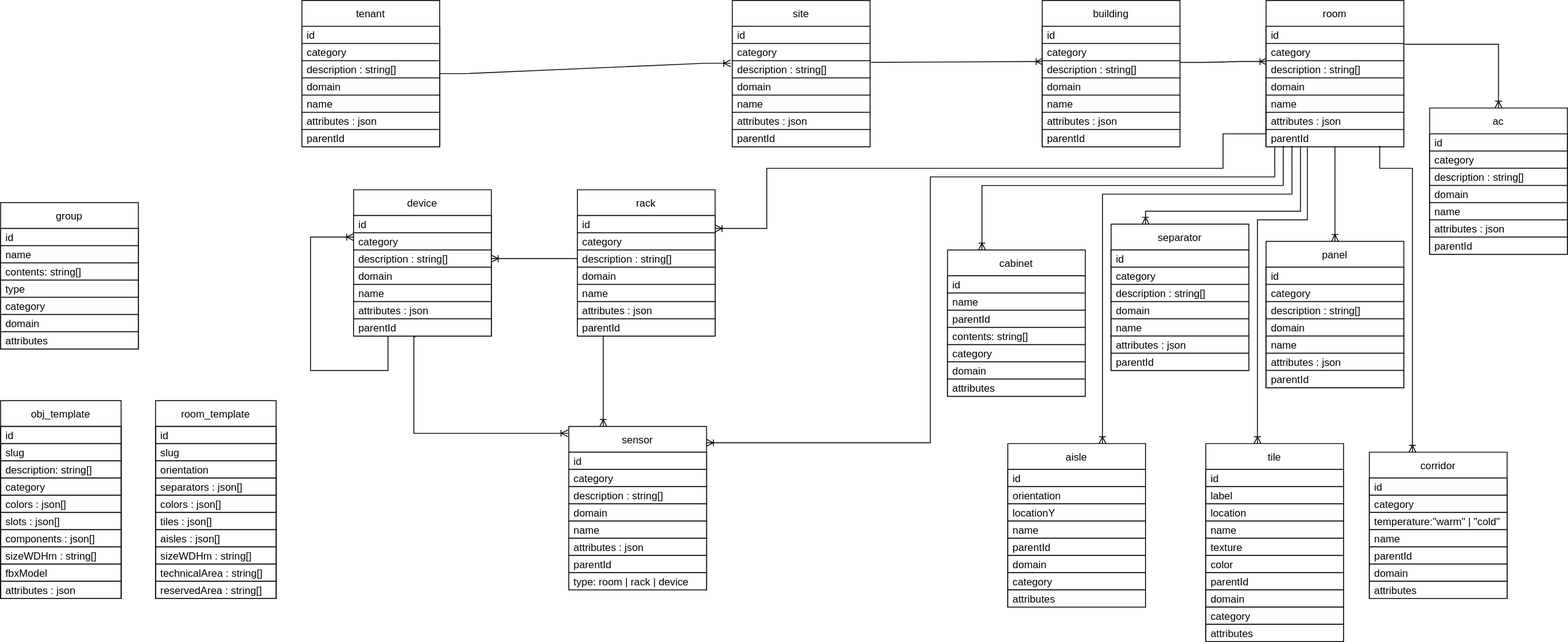
Earlier version of the draw.io export resources/diagrams/DB Diagram.svg (ditrit/OGrEE-Core). Source tidied: cells renumbered, new cells last; positions are measured from the earlier drawing's top-left corner, leaving out a move shared by most shapes.
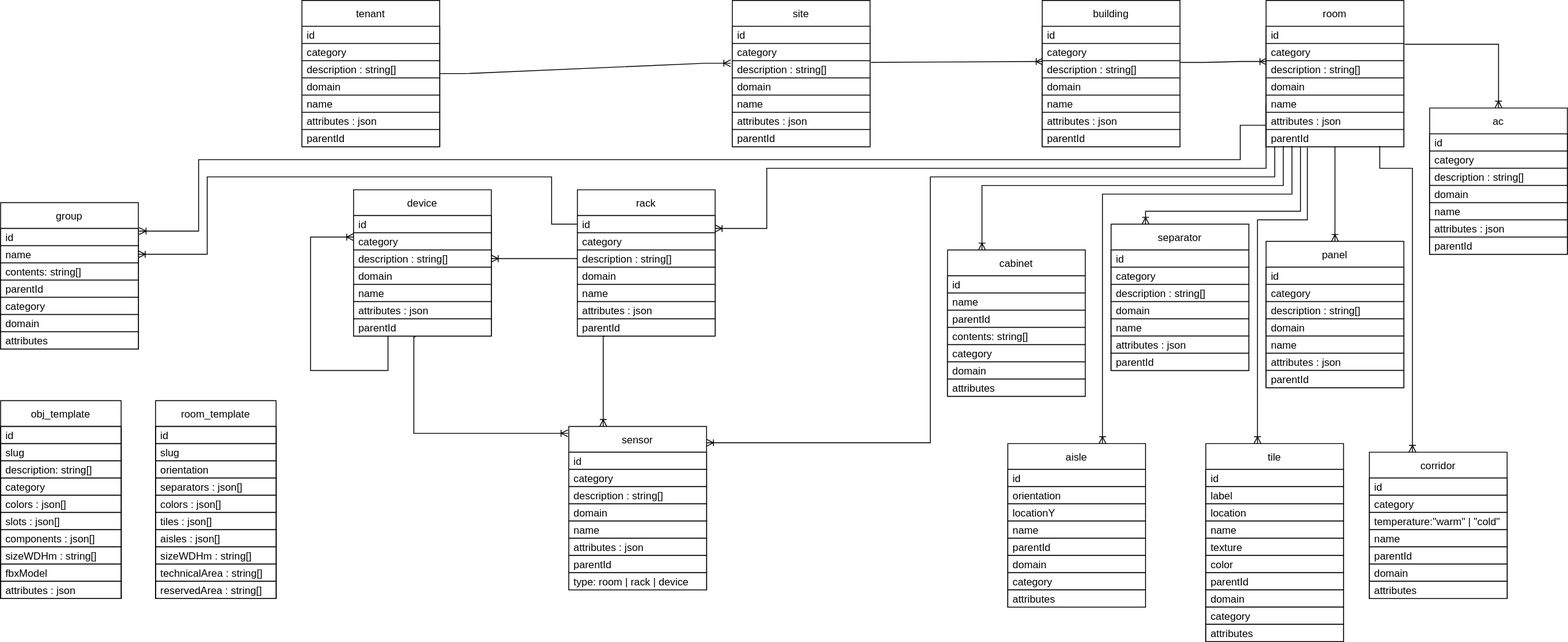
After the commit.

What changed in the source:
```diff
@@ -218,9 +218,7 @@
       <mxGeometry relative="1" as="geometry">
         <mxPoint x="830" y="265" as="targetPoint" />
         <Array as="points">
-          <mxPoint x="1470" y="155" />
-          <mxPoint x="1420" y="155" />
-          <mxPoint x="1420" y="195" />
+          <mxPoint x="1470" y="195" />
           <mxPoint x="890" y="195" />
           <mxPoint x="890" y="265" />
         </Array>
@@ -405,7 +403,7 @@
     <mxCell id="125" style="text;strokeColor=default;fillColor=default;align=left;verticalAlign=middle;spacingLeft=4;spacingRight=4;overflow=hidden;fontColor=default;" parent="120" vertex="1">
       <mxGeometry y="90" width="160" as="geometry" />
     </mxCell>
-    <mxCell id="126" value="type" style="text;strokeColor=default;fillColor=default;align=left;verticalAlign=middle;spacingLeft=4;spacingRight=4;overflow=hidden;fontColor=default;" parent="120" vertex="1">
+    <mxCell id="126" value="parentId" style="text;strokeColor=default;fillColor=default;align=left;verticalAlign=middle;spacingLeft=4;spacingRight=4;overflow=hidden;fontColor=default;" parent="120" vertex="1">
       <mxGeometry y="90" width="160" height="20" as="geometry" />
     </mxCell>
     <mxCell id="127" value="category" style="text;strokeColor=default;fillColor=default;align=left;verticalAlign=middle;spacingLeft=4;spacingRight=4;overflow=hidden;fontColor=default;" parent="120" vertex="1">
@@ -604,5 +602,27 @@
         </Array>
       </mxGeometry>
     </mxCell>
+    <mxCell id="180" style="edgeStyle=orthogonalEdgeStyle;rounded=0;jettySize=auto;html=1;exitX=0;exitY=0.5;exitDx=0;exitDy=0;labelBackgroundColor=default;fontColor=default;endArrow=ERoneToMany;endFill=0;strokeColor=default;" parent="1" edge="1" source="53">
+      <mxGeometry relative="1" as="geometry">
+        <mxPoint x="160" y="295" as="targetPoint" />
+        <Array as="points">
+          <mxPoint x="640" y="260" />
+          <mxPoint x="640" y="205" />
+          <mxPoint x="240" y="205" />
+          <mxPoint x="240" y="295" />
+        </Array>
+      </mxGeometry>
+    </mxCell>
+    <mxCell id="181" style="edgeStyle=orthogonalEdgeStyle;rounded=0;jettySize=auto;html=1;labelBackgroundColor=default;fontColor=default;endArrow=ERoneToMany;endFill=0;strokeColor=default;entryX=1.006;entryY=0.194;entryDx=0;entryDy=0;entryPerimeter=0;" parent="1" edge="1" target="120">
+      <mxGeometry relative="1" as="geometry">
+        <mxPoint x="1470" y="145" as="sourcePoint" />
+        <Array as="points">
+          <mxPoint x="1440" y="145" />
+          <mxPoint x="1440" y="185" />
+          <mxPoint x="230" y="185" />
+          <mxPoint x="230" y="268" />
+        </Array>
+      </mxGeometry>
+    </mxCell>
   </root>
 </mxGraphModel>
```
